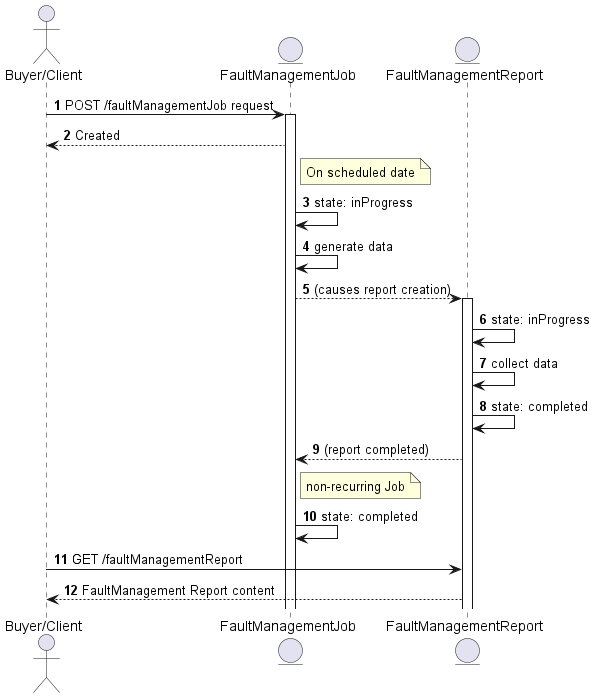
MEF-GIT/MEF-LSO-Legato-SDK keeps this PlantUML diagram as documentation/serviceApi/fm/media/fmEntities.png. Above is the earlier version.
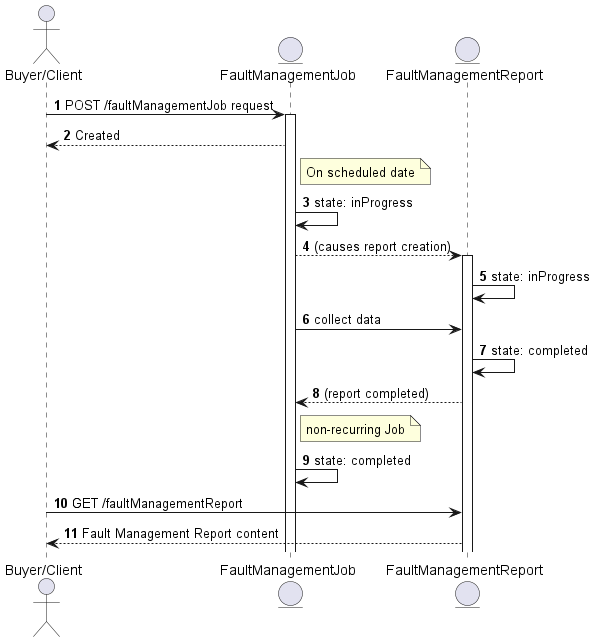
The same diagram one commit later.

Diff of the diagram source:
```diff
@@ -4,7 +4,7 @@
 actor "Buyer/Client" as B
 
 entity FaultManagementJob as FJ
-entity FaultManagementReport as PR
+entity FaultManagementReport as FMR
 
 B -> FJ: POST /faultManagementJob request
 activate FJ
@@ -14,24 +14,22 @@
 
 FJ -> FJ: state: inProgress
 
-FJ -> FJ: generate data
+FJ --> FMR: (causes report creation)
 
-FJ --> PR: (causes report creation)
+activate FMR
 
-activate PR
+FMR -> FMR: state: inProgress
 
-PR -> PR: state: inProgress
+FJ -> FMR: collect data
 
-PR -> PR: collect data
+FMR -> FMR: state: completed
 
-PR -> PR: state: completed
-
-PR --> FJ: (report completed)
+FMR --> FJ: (report completed)
 
 note right of FJ: non-recurring Job
 FJ -> FJ: state: completed
 
-B -> PR: GET /faultManagementReport
-PR --> B: FaultManagement Report content
+B -> FMR: GET /faultManagementReport
+FMR --> B: Fault Management Report content
 
 @enduml
```
